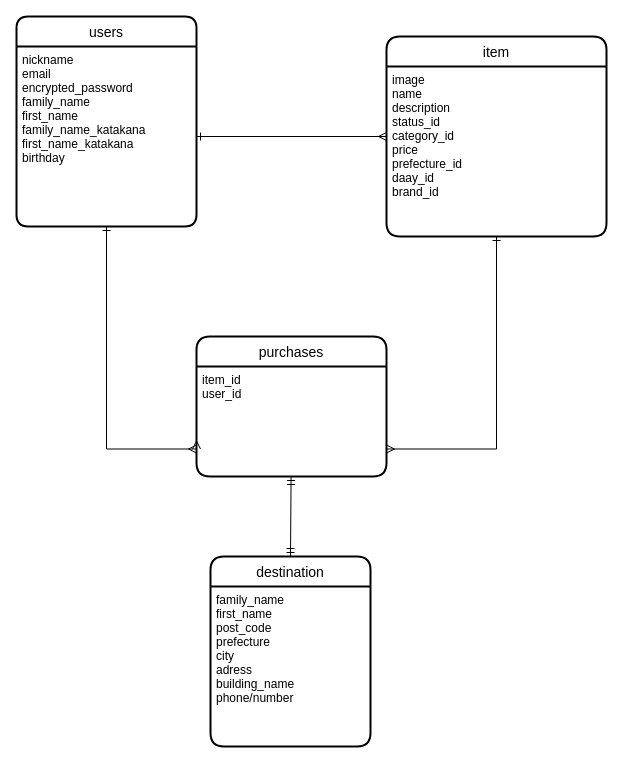
Earlier version of the draw.io diagram ER.dio (yamadeey/furima-35970). Source tidied: cells renumbered, new cells numbered last; positions are measured from the earlier drawing's top-left corner, leaving out a move shared by most shapes. Both pictures are drawn from the tidied source at 100%, with x=0, y=0 at pixel (16, 16).
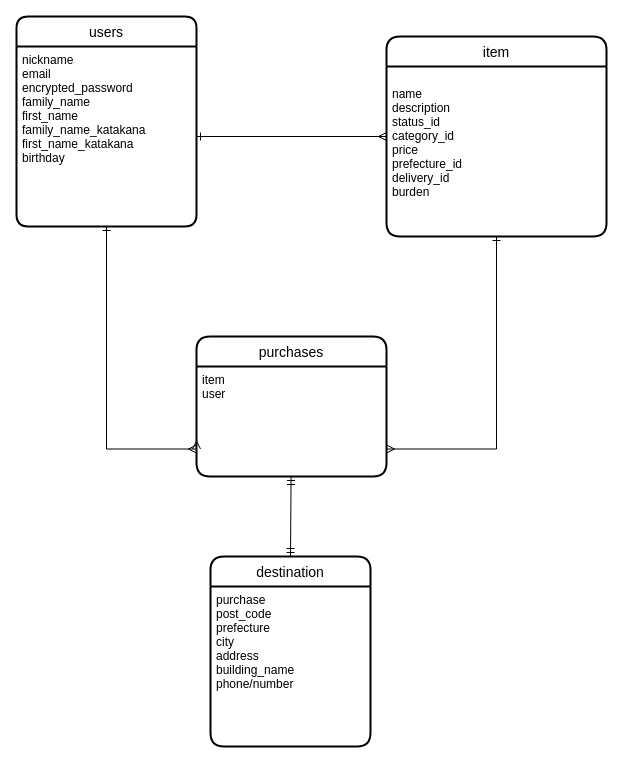
The same diagram, later.

The edit, as a diff of the source:
```diff
@@
 <mxGraphModel>
   <root>
     <mxCell id="0" />
     <mxCell id="1" parent="0" />
     <mxCell id="2" value="users" style="swimlane;horizontal=1;startSize=30;rounded=1;fontSize=14;fontStyle=0;strokeWidth=2;shadow=0;dashed=0;align=center;arcSize=13;fontFamily=Helvetica;" parent="1" vertex="1">
       <mxGeometry width="180" height="210" as="geometry" />
     </mxCell>
     <mxCell id="3" value="nickname&#10;email&#10;encrypted_password&#10;family_name&#10;first_name&#10;family_name_katakana&#10;first_name_katakana&#10;birthday&#10;" style="align=left;strokeColor=none;fillColor=none;spacingLeft=4;fontSize=12;verticalAlign=top;" parent="2" vertex="1">
       <mxGeometry y="30" width="180" height="180" as="geometry" />
     </mxCell>
     <mxCell id="4" value="item" style="swimlane;horizontal=1;startSize=30;rounded=1;fontSize=14;fontStyle=0;strokeWidth=2;shadow=0;dashed=0;align=center;" parent="1" vertex="1">
       <mxGeometry x="370" y="20" width="220" height="200" as="geometry" />
     </mxCell>
-    <mxCell id="5" value="image&#10;name&#10;description&#10;status_id&#10;category_id&#10;price&#10;prefecture_id&#10;daay_id&#10;brand_id" style="align=left;strokeColor=none;fillColor=none;spacingLeft=4;fontSize=12;verticalAlign=top;" parent="4" vertex="1">
+    <mxCell id="5" value="&#10;name&#10;description&#10;status_id&#10;category_id&#10;price&#10;prefecture_id&#10;delivery_id&#10;burden" style="align=left;strokeColor=none;fillColor=none;spacingLeft=4;fontSize=12;verticalAlign=top;" parent="4" vertex="1">
       <mxGeometry y="30" width="220" height="170" as="geometry" />
     </mxCell>
     <mxCell id="6" value="purchases" style="swimlane;horizontal=1;startSize=30;rounded=1;fontSize=14;fontStyle=0;strokeWidth=2;shadow=0;dashed=0;align=center;" parent="1" vertex="1">
       <mxGeometry x="180" y="320" width="190" height="140" as="geometry" />
     </mxCell>
-    <mxCell id="7" value="item_id&#10;user_id" style="align=left;strokeColor=none;fillColor=none;spacingLeft=4;fontSize=12;verticalAlign=top;" parent="6" vertex="1">
+    <mxCell id="7" value="item&#10;user" style="align=left;strokeColor=none;fillColor=none;spacingLeft=4;fontSize=12;verticalAlign=top;" parent="6" vertex="1">
       <mxGeometry y="30" width="190" height="110" as="geometry" />
     </mxCell>
     <mxCell id="8" value="destination" style="swimlane;horizontal=1;startSize=30;rounded=1;fontSize=14;fontStyle=0;strokeWidth=2;shadow=0;dashed=0;align=center;fontFamily=Helvetica;" parent="1" vertex="1">
       <mxGeometry x="194" y="540" width="160" height="190" as="geometry" />
     </mxCell>
-    <mxCell id="9" value="family_name&#10;first_name&#10;post_code&#10;prefecture&#10;city&#10;adress&#10;building_name&#10;phone/number&#10;" style="align=left;strokeColor=none;fillColor=none;spacingLeft=4;fontSize=12;verticalAlign=top;" parent="8" vertex="1">
+    <mxCell id="9" value="purchase&#10;post_code&#10;prefecture&#10;city&#10;address&#10;building_name&#10;phone/number&#10;" style="align=left;strokeColor=none;fillColor=none;spacingLeft=4;fontSize=12;verticalAlign=top;" parent="8" vertex="1">
       <mxGeometry y="30" width="160" height="160" as="geometry" />
     </mxCell>
     <mxCell id="10" style="edgeStyle=orthogonalEdgeStyle;rounded=0;jettySize=auto;html=1;entryX=0;entryY=0.75;entryDx=0;entryDy=0;fontFamily=Helvetica;endArrow=ERmany;endFill=0;" parent="1" edge="1" target="7">
       <mxGeometry relative="1" as="geometry">
         <mxPoint x="180" y="423" as="sourcePoint" />
       </mxGeometry>
     </mxCell>
     <mxCell id="11" style="edgeStyle=orthogonalEdgeStyle;rounded=0;jettySize=auto;html=1;exitX=0.5;exitY=1;exitDx=0;exitDy=0;entryX=0;entryY=0.75;entryDx=0;entryDy=0;fontFamily=Helvetica;endArrow=ERmany;endFill=0;startArrow=ERone;startFill=0;" parent="1" edge="1" source="3" target="7">
       <mxGeometry relative="1" as="geometry" />
     </mxCell>
     <mxCell id="12" style="edgeStyle=orthogonalEdgeStyle;rounded=0;jettySize=auto;html=1;entryX=0;entryY=0.5;entryDx=0;entryDy=0;fontFamily=Helvetica;endArrow=ERmany;endFill=0;startArrow=ERone;startFill=0;" parent="1" edge="1" source="3" target="4">
       <mxGeometry relative="1" as="geometry" />
     </mxCell>
     <mxCell id="13" style="edgeStyle=orthogonalEdgeStyle;rounded=0;jettySize=auto;html=1;entryX=1;entryY=0.75;entryDx=0;entryDy=0;fontFamily=Helvetica;startArrow=ERone;startFill=0;endArrow=ERmany;endFill=0;" parent="1" edge="1" source="5" target="7">
       <mxGeometry relative="1" as="geometry" />
     </mxCell>
     <mxCell id="14" style="rounded=0;jettySize=auto;html=1;entryX=0.5;entryY=0;entryDx=0;entryDy=0;fontFamily=Helvetica;startArrow=ERmandOne;startFill=0;endArrow=ERmandOne;endFill=0;" parent="1" edge="1" source="7" target="8">
       <mxGeometry relative="1" as="geometry" />
     </mxCell>
   </root>
 </mxGraphModel>
```
